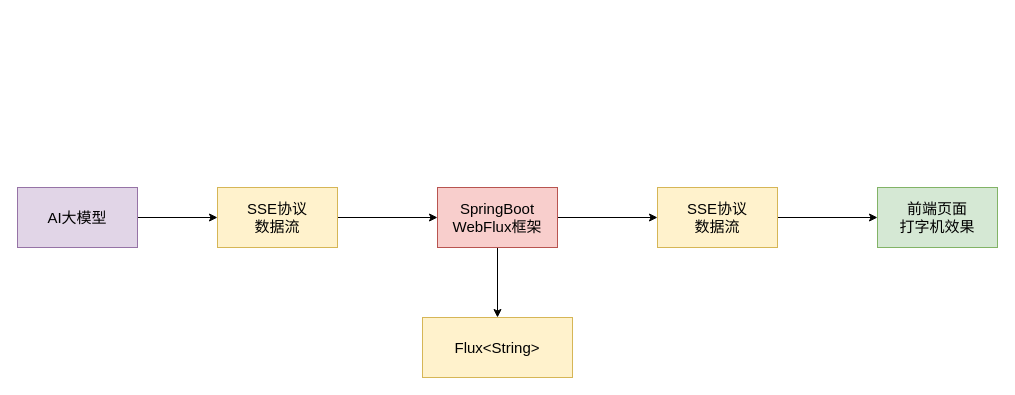
The draw.io diagram Flux对象.drawio in ChengziMao/picture, before the edit. Source tidied: cells renumbered, new cells numbered last; positions are measured from the earlier drawing's top-left corner, leaving out a move shared by most shapes. Both pictures are drawn from the tidied source at 100%, with x=0, y=0 at pixel (17, 187).
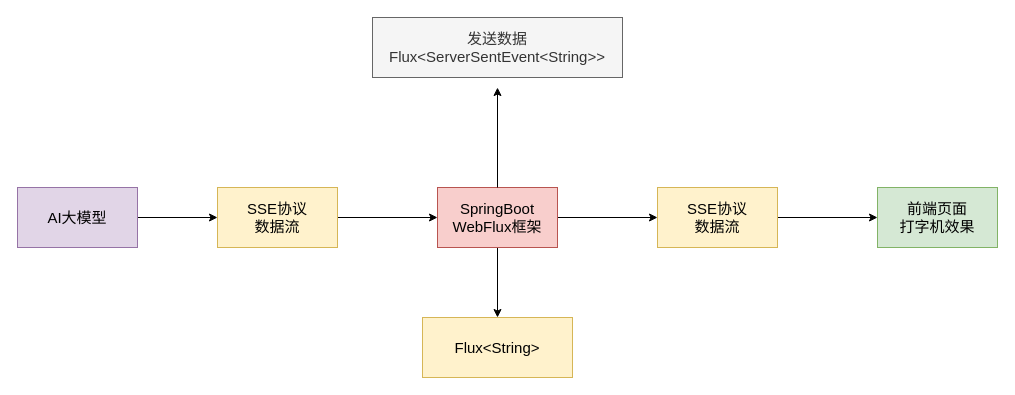
Above is the later version.

The edit, as a diff of the source:
```diff
@@
 <mxGraphModel>
   <root>
     <mxCell id="0" />
     <mxCell id="1" parent="0" />
     <mxCell id="2" style="edgeStyle=orthogonalEdgeStyle;rounded=0;jettySize=auto;html=1;entryX=0;entryY=0.5;entryDx=0;entryDy=0;" parent="1" edge="1" source="3" target="5">
       <mxGeometry relative="1" as="geometry" />
     </mxCell>
     <mxCell id="3" value="AI大模型" style="rounded=0;whiteSpace=wrap;html=1;fontSize=15;fillColor=#e1d5e7;strokeColor=#9673a6;" parent="1" vertex="1">
       <mxGeometry width="120" height="60" as="geometry" />
     </mxCell>
     <mxCell id="4" style="edgeStyle=orthogonalEdgeStyle;rounded=0;jettySize=auto;html=1;entryX=0;entryY=0.5;entryDx=0;entryDy=0;" parent="1" edge="1" source="5" target="8">
       <mxGeometry relative="1" as="geometry" />
     </mxCell>
     <mxCell id="5" value="SSE协议&lt;div&gt;数据流&lt;/div&gt;" style="rounded=0;whiteSpace=wrap;html=1;fontSize=15;fillColor=#fff2cc;strokeColor=#d6b656;" parent="1" vertex="1">
       <mxGeometry x="200" width="120" height="60" as="geometry" />
     </mxCell>
     <mxCell id="6" style="edgeStyle=orthogonalEdgeStyle;rounded=0;jettySize=auto;html=1;entryX=0;entryY=0.5;entryDx=0;entryDy=0;" parent="1" edge="1" source="8" target="10">
       <mxGeometry relative="1" as="geometry" />
     </mxCell>
     <mxCell id="7" style="edgeStyle=orthogonalEdgeStyle;rounded=0;jettySize=auto;html=1;entryX=0.5;entryY=0;entryDx=0;entryDy=0;" parent="1" edge="1" source="8" target="12">
       <mxGeometry relative="1" as="geometry" />
     </mxCell>
     <mxCell id="8" value="SpringBoot&lt;div&gt;WebFlux框架&lt;/div&gt;" style="rounded=0;whiteSpace=wrap;html=1;fontSize=15;fillColor=#f8cecc;strokeColor=#b85450;" parent="1" vertex="1">
       <mxGeometry x="420" width="120" height="60" as="geometry" />
     </mxCell>
     <mxCell id="9" style="edgeStyle=orthogonalEdgeStyle;rounded=0;jettySize=auto;html=1;entryX=0;entryY=0.5;entryDx=0;entryDy=0;" parent="1" edge="1" source="10" target="11">
       <mxGeometry relative="1" as="geometry" />
     </mxCell>
     <mxCell id="10" value="SSE协议&lt;div&gt;数据流&lt;/div&gt;" style="rounded=0;whiteSpace=wrap;html=1;fontSize=15;fillColor=#fff2cc;strokeColor=#d6b656;" parent="1" vertex="1">
       <mxGeometry x="640" width="120" height="60" as="geometry" />
     </mxCell>
     <mxCell id="11" value="前端页面&lt;div&gt;打字机效果&lt;/div&gt;" style="rounded=0;whiteSpace=wrap;html=1;fontSize=15;fillColor=#d5e8d4;strokeColor=#82b366;" parent="1" vertex="1">
       <mxGeometry x="860" width="120" height="60" as="geometry" />
     </mxCell>
     <mxCell id="12" value="Flux&amp;lt;String&amp;gt;" style="rounded=0;whiteSpace=wrap;html=1;fontSize=15;fillColor=#fff2cc;strokeColor=#d6b656;" parent="1" vertex="1">
       <mxGeometry x="405" y="130" width="150" height="60" as="geometry" />
     </mxCell>
+    <mxCell id="13" value="&lt;div&gt;发送数据&lt;/div&gt;Flux&amp;lt;ServerSentEvent&amp;lt;String&amp;gt;&amp;gt;" style="rounded=0;whiteSpace=wrap;html=1;fontSize=15;fillColor=#f5f5f5;strokeColor=#666666;fontColor=#333333;" parent="1" vertex="1">
+      <mxGeometry x="355" y="-170" width="250" height="60" as="geometry" />
+    </mxCell>
+    <mxCell id="14" style="edgeStyle=orthogonalEdgeStyle;rounded=0;jettySize=auto;html=1;entryX=0.5;entryY=1.167;entryDx=0;entryDy=0;entryPerimeter=0;" parent="1" edge="1" source="8" target="13">
+      <mxGeometry relative="1" as="geometry" />
+    </mxCell>
   </root>
 </mxGraphModel>
```
